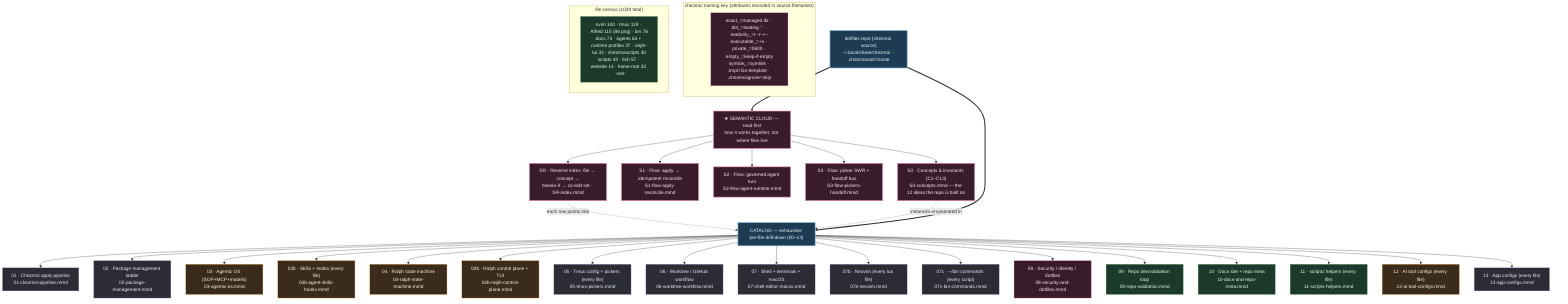
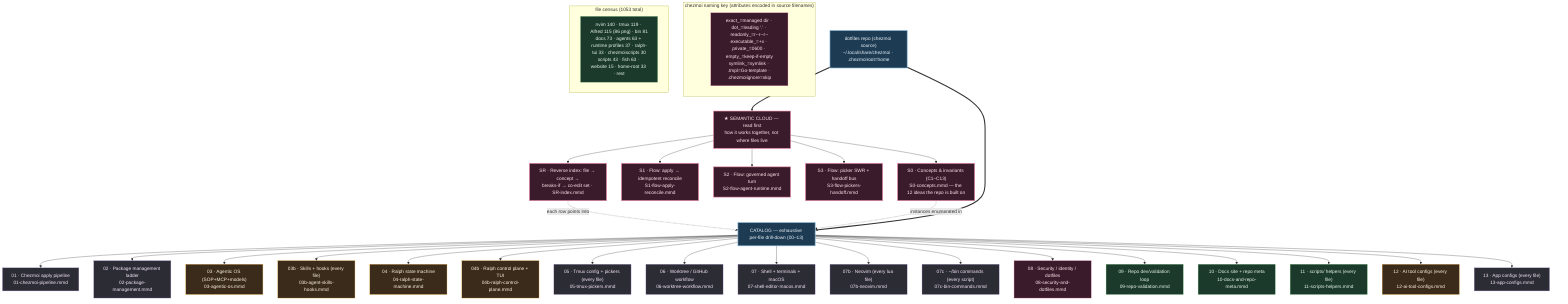
%% ============================================================================
%% 00-overview.mmd — Master navigation map for kapral18/dotfiles
%% TWO LAYERS:
%%   SEMANTIC CLOUD (read first) — how the system THINKS: concepts+invariants
%%     (S0), cross-cutting flows (S1/S2/S3), and a reverse index (SR) that maps
%%     any file to its concept, blast radius, and co-edit set.
%%   CATALOG (drill-down) — how the system is LAID OUT: 00-13 enumerate every
- %%     one of the 1039 tracked files by exact chezmoi source path.
+ %%     one of the 1053 tracked files by exact chezmoi source path.
%% `home/` is chezmoi source deployed to $HOME; scripts/tools/website/docs are
%% repo-side (NOT deployed). Each node → a deeper .mmd.
%% ============================================================================
graph TD
    classDef entry fill:#1d3b53,stroke:#7fb3d5,color:#eaf2f8,stroke-width:2px;
    classDef sys fill:#2c2c34,stroke:#b39ddb,color:#f3e5f5;
    classDef ai fill:#3a2b1b,stroke:#ffb74d,color:#fff3e0;
    classDef repo fill:#1b3a2b,stroke:#81c784,color:#e8f5e9;
    classDef data fill:#3a1b2b,stroke:#f48fb1,color:#fce4ec;
    classDef sem fill:#3a1b2b,stroke:#f48fb1,color:#fce4ec,stroke-width:2px;

    ROOT["dotfiles repo (chezmoi source)<br/>~/.local/share/chezmoi · .chezmoiroot=home"]:::entry

    %% ---- SEMANTIC LAYER (read before the catalog) --------------------------
    ROOT ==> SEMHEAD["★ SEMANTIC CLOUD — read first<br/>how it works together, not where files live"]:::sem
    SEMHEAD --> S0["S0 · Concepts & invariants (C1–C13)<br/>S0-concepts.mmd — the 12 ideas the repo is built on"]:::sem
    SEMHEAD --> S1["S1 · Flow: apply → idempotent reconcile<br/>S1-flow-apply-reconcile.mmd"]:::sem
    SEMHEAD --> S2["S2 · Flow: governed agent turn<br/>S2-flow-agent-runtime.mmd"]:::sem
    SEMHEAD --> S3["S3 · Flow: picker SWR + handoff bus<br/>S3-flow-pickers-handoff.mmd"]:::sem
    SEMHEAD --> SR["SR · Reverse index: file → concept →<br/>breaks-if → co-edit set · SR-index.mmd"]:::sem
    SR -. "each row points into" .-> CATHEAD
    S0 -. "instances enumerated in" .-> CATHEAD

    %% ---- CATALOG LAYER (exhaustive per-file drill-down) --------------------
    ROOT ==> CATHEAD["CATALOG — exhaustive per-file drill-down (00–13)"]:::entry

    CATHEAD --> CZ["01 · Chezmoi apply pipeline<br/>01-chezmoi-pipeline.mmd"]:::sys
    CATHEAD --> PKG["02 · Package management ladder<br/>02-package-management.mmd"]:::sys
    CATHEAD --> AIOS["03 · Agentic OS (SOP+MCP+models)<br/>03-agentic-os.mmd"]:::ai
    CATHEAD --> SKILLS["03b · Skills + hooks (every file)<br/>03b-agent-skills-hooks.mmd"]:::ai
    CATHEAD --> RALPH["04 · Ralph state machine<br/>04-ralph-state-machine.mmd"]:::ai
    CATHEAD --> RALPHCP["04b · Ralph control plane + TUI<br/>04b-ralph-control-plane.mmd"]:::ai
    CATHEAD --> TMUX["05 · Tmux config + pickers (every file)<br/>05-tmux-pickers.mmd"]:::sys
    CATHEAD --> WT["06 · Worktree / GitHub workflow<br/>06-worktree-workflow.mmd"]:::sys
    CATHEAD --> SEM["07 · Shell + terminals + macOS<br/>07-shell-editor-macos.mmd"]:::sys
    CATHEAD --> NVIM["07b · Neovim (every lua file)<br/>07b-neovim.mmd"]:::sys
    CATHEAD --> BIN["07c · ~/bin commands (every script)<br/>07c-bin-commands.mmd"]:::sys
    CATHEAD --> SEC["08 · Security / identity / dotfiles<br/>08-security-and-dotfiles.mmd"]:::data
    CATHEAD --> VAL["09 · Repo dev/validation loop<br/>09-repo-validation.mmd"]:::repo
    CATHEAD --> DOCS["10 · Docs site + repo meta<br/>10-docs-and-repo-meta.mmd"]:::repo
    CATHEAD --> SCRIPTS["11 · scripts/ helpers (every file)<br/>11-scripts-helpers.mmd"]:::repo
    CATHEAD --> AICFG["12 · AI tool configs (every file)<br/>12-ai-tool-configs.mmd"]:::ai
    CATHEAD --> APPS["13 · App configs (every file)<br/>13-app-configs.mmd"]:::sys

    subgraph KEY["chezmoi naming key (attributes encoded in source filenames)"]
        K1["exact_=managed dir · dot_=leading '.' · readonly_=r--r--r--<br/>executable_=+x · private_=0600 · empty_=keep-if-empty<br/>symlink_=symlink · .tmpl=Go-template · .chezmoiignore=skip"]:::data
    end

-     subgraph COUNTS["file census (1039 total)"]
-         C1["nvim 140 · tmux 119 · Alfred 115 (86 png) · bin 76<br/>docs 73 · agents 63 + runtime profiles 37 · ralph-tui 33 · chezmoiscripts 30<br/>scripts 43 · fish 57 · website 14 · home-root 33 · rest"]:::repo
+     subgraph COUNTS["file census (1053 total)"]
+         C1["nvim 140 · tmux 119 · Alfred 115 (86 png) · bin 81<br/>docs 73 · agents 63 + runtime profiles 37 · ralph-tui 33 · chezmoiscripts 30<br/>scripts 43 · fish 63 · website 15 · home-root 33 · rest"]:::repo
    end
